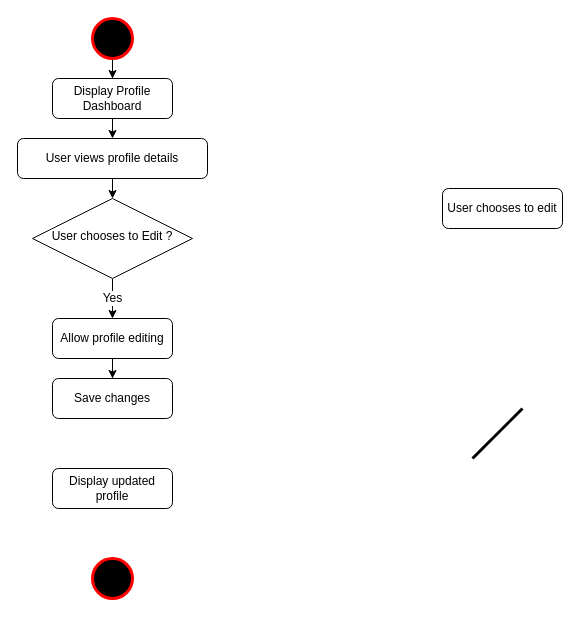
Above: page "Profile management" (5 of 15) of Activity Diagram.drawio in shamim36/Final-Defence-Diagram (draw.io), before the change. Source tidied: cells renumbered, new cells numbered last; positions are measured from the earlier drawing's top-left corner, leaving out a move shared by most shapes. Both pictures are drawn from the tidied source at 100%, with x=0, y=0 at pixel (17, 18).
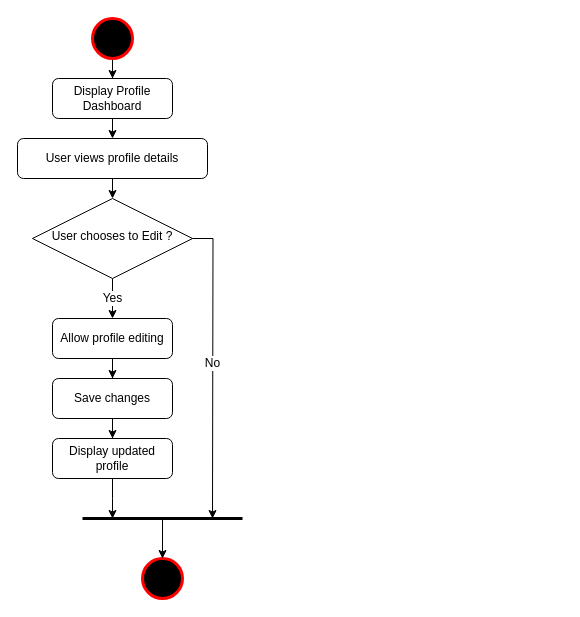
The same diagram, later.

The change refers to these unchanged cells:
```xml
<mxCell id="6" value="User chooses to Edit ?" style="rhombus;whiteSpace=wrap;html=1;shadow=0;fontFamily=Helvetica;fontSize=12;align=center;strokeWidth=1;spacing=6;spacingTop=-4;" parent="1" vertex="1">
  <mxGeometry x="15" y="180" width="160" height="80" as="geometry" />
</mxCell>
<mxCell id="17" value="Save changes" style="rounded=1;whiteSpace=wrap;html=1;fontSize=12;glass=0;strokeWidth=1;shadow=0;" parent="1" vertex="1">
  <mxGeometry x="35" y="360" width="120" height="40" as="geometry" />
</mxCell>
```

Change to the diagram source:
```diff
@@
+    <mxCell id="18" style="edgeStyle=orthogonalEdgeStyle;rounded=0;jettySize=auto;html=1;exitX=1;exitY=0.5;exitDx=0;exitDy=0;fontFamily=Helvetica;fontSize=12;fontColor=default;" parent="1" edge="1" source="6">
+      <mxGeometry relative="1" as="geometry">
+        <mxPoint x="195" y="500" as="targetPoint" />
+      </mxGeometry>
+    </mxCell>
+    <mxCell id="19" value="No" style="edgeLabel;html=1;align=center;verticalAlign=middle;sketch=0;fillStyle=solid;strokeColor=light-dark(#000000,#EDEDED);strokeWidth=12;fontFamily=Helvetica;fontSize=12;fontColor=default;fillColor=#FF0000;" parent="18" vertex="1">
+      <mxGeometry x="-0.04" y="-1" relative="1" as="geometry">
+        <mxPoint y="1" as="offset" />
+      </mxGeometry>
+    </mxCell>
@@
+    <mxCell id="20" style="edgeStyle=orthogonalEdgeStyle;rounded=0;jettySize=auto;html=1;exitX=0.5;exitY=1;exitDx=0;exitDy=0;fontFamily=Helvetica;fontSize=12;fontColor=default;" parent="1" edge="1" source="9">
+      <mxGeometry relative="1" as="geometry">
+        <mxPoint x="95" y="500" as="targetPoint" />
+      </mxGeometry>
+    </mxCell>
     <mxCell id="9" value="Display updated profile" style="rounded=1;whiteSpace=wrap;html=1;fontSize=12;glass=0;strokeWidth=1;shadow=0;" parent="1" vertex="1">
-      <mxGeometry x="35" y="450" width="120" height="40" as="geometry" />
+      <mxGeometry x="35" y="420" width="120" height="40" as="geometry" />
     </mxCell>
-    <mxCell id="10" value="User chooses to edit" style="rounded=1;whiteSpace=wrap;html=1;fontSize=12;glass=0;strokeWidth=1;shadow=0;" parent="1" vertex="1">
-      <mxGeometry x="425" y="170" width="120" height="40" as="geometry" />
-    </mxCell>
     <mxCell id="11" style="endArrow=none;html=1;rounded=0;strokeWidth=3;" parent="1" edge="1">
       <mxGeometry relative="1" as="geometry">
-        <mxPoint x="455" y="440" as="sourcePoint" />
-        <mxPoint x="505" y="390" as="targetPoint" />
+        <mxPoint x="65" y="500" as="sourcePoint" />
+        <mxPoint x="225" y="500" as="targetPoint" />
       </mxGeometry>
     </mxCell>
     <mxCell id="12" style="strokeWidth=3;html=1;shape=mxgraph.flowchart.start_2;whiteSpace=wrap;sketch=0;fillStyle=solid;strokeColor=light-dark(#FF0000,#EDEDED);align=center;verticalAlign=middle;fontFamily=Helvetica;fontSize=12;fontColor=default;fillColor=#000000;" parent="1" vertex="1">
-      <mxGeometry x="75" y="540" width="40" height="40" as="geometry" />
+      <mxGeometry x="125" y="540" width="40" height="40" as="geometry" />
     </mxCell>
@@
+    <mxCell id="21" style="edgeStyle=orthogonalEdgeStyle;rounded=0;jettySize=auto;html=1;exitX=0.5;exitY=1;exitDx=0;exitDy=0;fontFamily=Helvetica;fontSize=12;fontColor=default;" parent="1" edge="1" source="17" target="9">
+      <mxGeometry relative="1" as="geometry" />
+    </mxCell>
@@
+    <mxCell id="22" style="endArrow=classic;html=1;rounded=0;fontFamily=Helvetica;fontSize=12;fontColor=default;entryX=0.5;entryY=0;entryDx=0;entryDy=0;entryPerimeter=0;" parent="1" edge="1" target="12">
+      <mxGeometry relative="1" as="geometry">
+        <mxPoint x="145" y="500" as="sourcePoint" />
+      </mxGeometry>
+    </mxCell>
```
